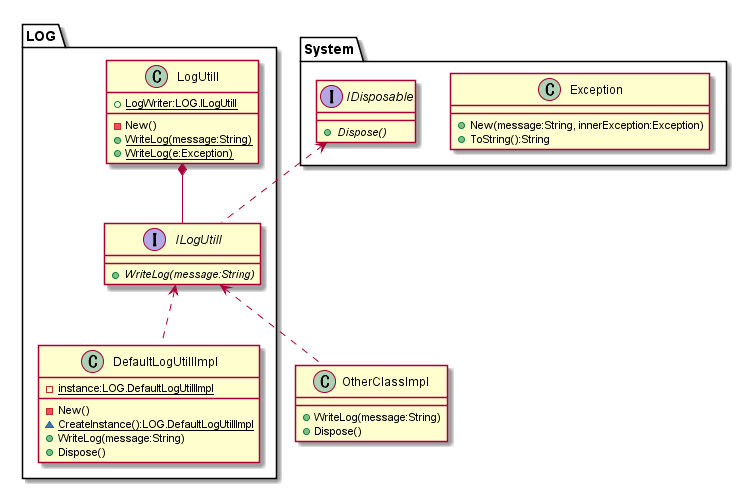
Earlier version of the PlantUML export doc/ClassDiagram/LogUtill.png (hirorich/CommonTool).
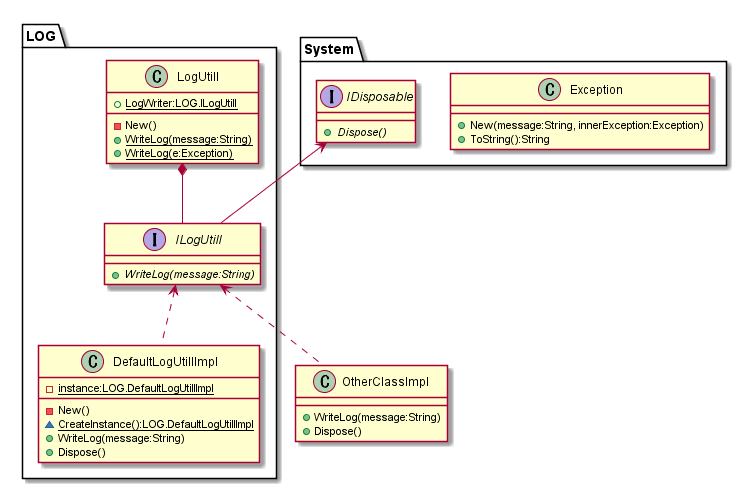
The same diagram one commit later.

Change to the diagram source:
```diff
@@ -12,7 +12,7 @@
 interface LOG.ILogUtill {
   + {abstract} WriteLog(message:String)
 }
-System.IDisposable <.. LOG.ILogUtill
+System.IDisposable <-- LOG.ILogUtill
 
 class LOG.LogUtill {
   + {static} LogWriter:LOG.ILogUtill
```
